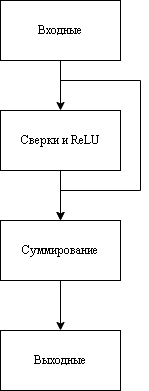
The draw.io diagram doc/tex/img/fal.png in jokerva1010123/BMSTU-Diplom-Magis, before a commit. Source tidied: cells renumbered, new cells last; positions are measured from the earlier drawing's top-left corner, leaving out a move shared by most shapes. Source of this version:
```xml
<mxGraphModel>
  <root>
    <mxCell id="0" />
    <mxCell id="1" parent="0" />
    <mxCell id="2" style="edgeStyle=orthogonalEdgeStyle;rounded=0;jettySize=auto;html=1;exitX=0.5;exitY=1;exitDx=0;exitDy=0;entryX=0.5;entryY=0;entryDx=0;entryDy=0;fontFamily=Times New Roman;" parent="1" edge="1" source="4" target="6">
      <mxGeometry relative="1" as="geometry" />
    </mxCell>
    <mxCell id="3" style="edgeStyle=orthogonalEdgeStyle;rounded=0;jettySize=auto;html=1;exitX=0.5;exitY=1;exitDx=0;exitDy=0;entryX=0.5;entryY=0;entryDx=0;entryDy=0;" parent="1" edge="1" source="4" target="8">
      <mxGeometry relative="1" as="geometry">
        <Array as="points">
          <mxPoint x="60" y="80" />
          <mxPoint x="140" y="80" />
          <mxPoint x="140" y="190" />
          <mxPoint x="60" y="190" />
        </Array>
      </mxGeometry>
    </mxCell>
    <mxCell id="4" value="Входные" style="rounded=0;whiteSpace=wrap;html=1;fontFamily=Times New Roman;" parent="1" vertex="1">
      <mxGeometry width="120" height="60" as="geometry" />
    </mxCell>
    <mxCell id="5" style="edgeStyle=orthogonalEdgeStyle;rounded=0;jettySize=auto;html=1;exitX=0.5;exitY=1;exitDx=0;exitDy=0;entryX=0.5;entryY=0;entryDx=0;entryDy=0;fontFamily=Times New Roman;" parent="1" edge="1" source="6" target="8">
      <mxGeometry relative="1" as="geometry" />
    </mxCell>
    <mxCell id="6" value="Сверки и ReLU" style="rounded=0;whiteSpace=wrap;html=1;fontFamily=Times New Roman;" parent="1" vertex="1">
      <mxGeometry y="110" width="120" height="60" as="geometry" />
    </mxCell>
    <mxCell id="7" style="edgeStyle=orthogonalEdgeStyle;rounded=0;jettySize=auto;html=1;exitX=0.5;exitY=1;exitDx=0;exitDy=0;fontFamily=Times New Roman;" parent="1" edge="1" source="8" target="9">
      <mxGeometry relative="1" as="geometry" />
    </mxCell>
    <mxCell id="8" value="Суммирование" style="rounded=0;whiteSpace=wrap;html=1;fontFamily=Times New Roman;" parent="1" vertex="1">
      <mxGeometry y="220" width="120" height="60" as="geometry" />
    </mxCell>
    <mxCell id="9" value="Выходные" style="rounded=0;whiteSpace=wrap;html=1;fontFamily=Times New Roman;" parent="1" vertex="1">
      <mxGeometry y="330" width="120" height="60" as="geometry" />
    </mxCell>
  </root>
</mxGraphModel>
```
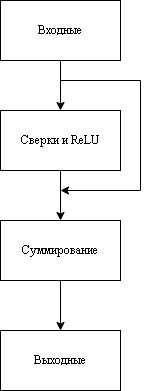
After the change.

The edit, as a diff of the source:
```diff
@@ -5,8 +5,9 @@
     <mxCell id="2" style="edgeStyle=orthogonalEdgeStyle;rounded=0;jettySize=auto;html=1;exitX=0.5;exitY=1;exitDx=0;exitDy=0;entryX=0.5;entryY=0;entryDx=0;entryDy=0;fontFamily=Times New Roman;" parent="1" edge="1" source="4" target="6">
       <mxGeometry relative="1" as="geometry" />
     </mxCell>
-    <mxCell id="3" style="edgeStyle=orthogonalEdgeStyle;rounded=0;jettySize=auto;html=1;exitX=0.5;exitY=1;exitDx=0;exitDy=0;entryX=0.5;entryY=0;entryDx=0;entryDy=0;" parent="1" edge="1" source="4" target="8">
+    <mxCell id="3" style="edgeStyle=orthogonalEdgeStyle;rounded=0;jettySize=auto;html=1;exitX=0.5;exitY=1;exitDx=0;exitDy=0;" parent="1" edge="1" source="4">
       <mxGeometry relative="1" as="geometry">
+        <mxPoint x="60" y="190" as="targetPoint" />
         <Array as="points">
           <mxPoint x="60" y="80" />
           <mxPoint x="140" y="80" />
```
